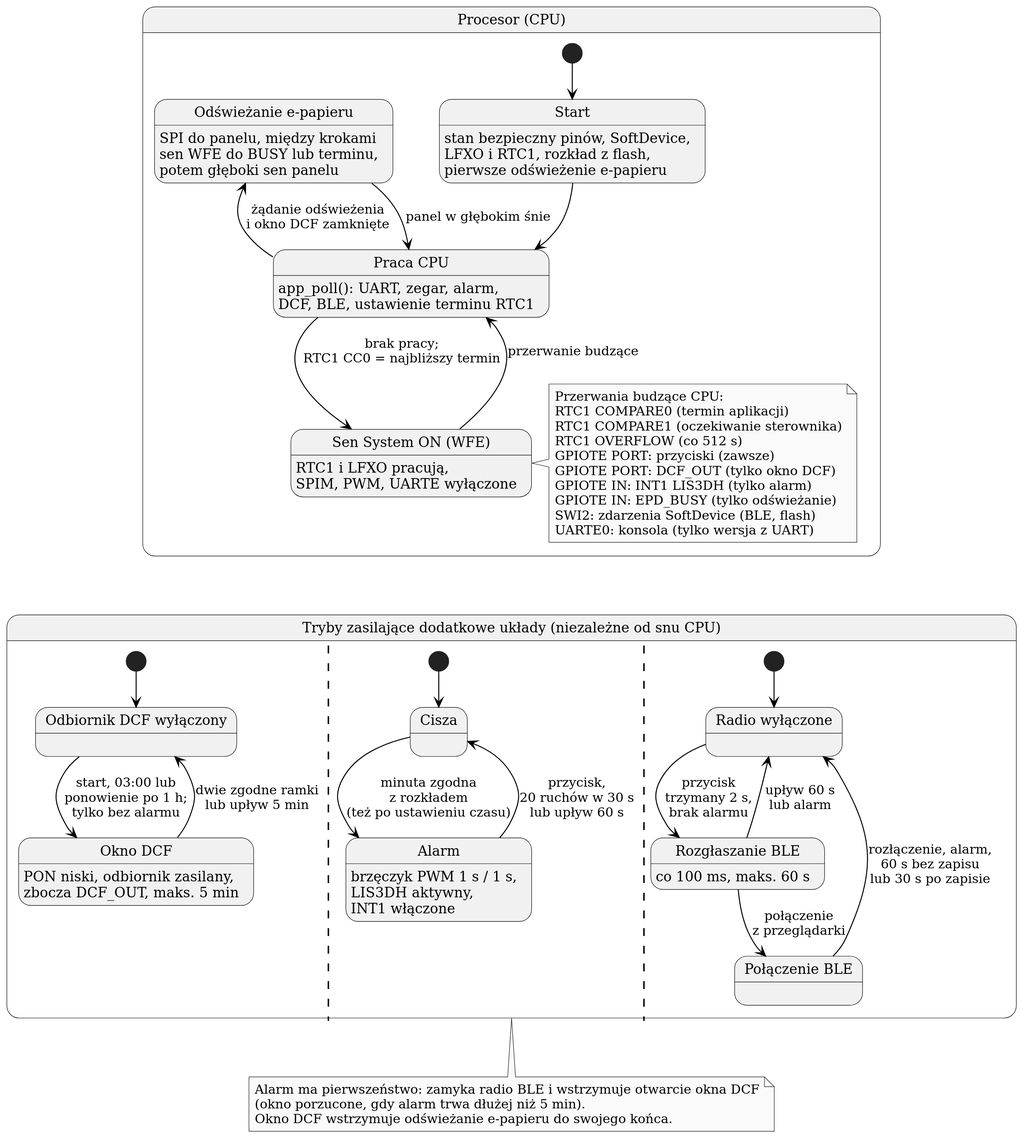
mikolajwojcicki/clock-project keeps this PlantUML diagram as firmware/docs/diagrams/l1-overview.svg. Above is the earlier version.
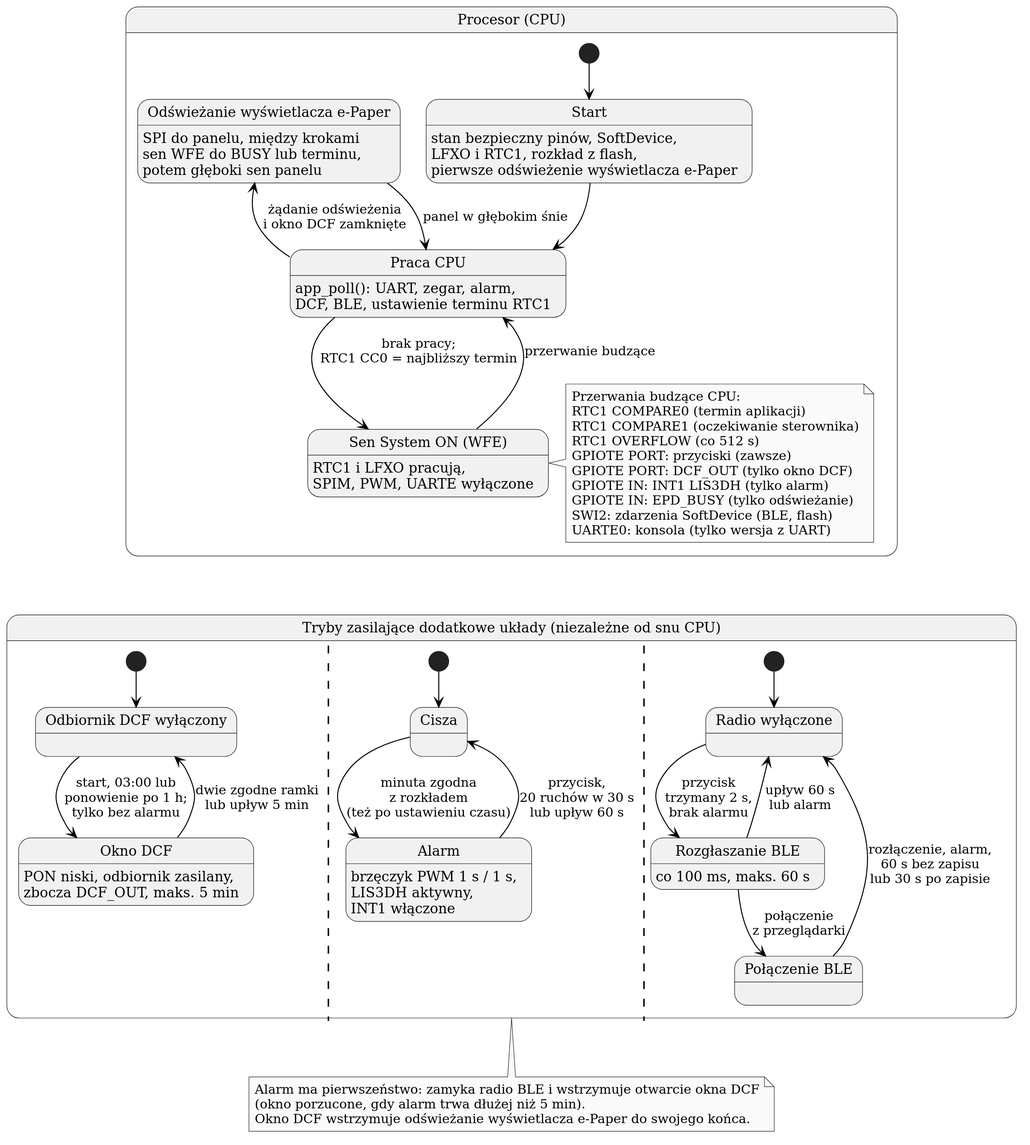
The same diagram one commit later.

The edit, as a diff of the source:
```diff
@@ -9,10 +9,10 @@
 skinparam StateBorderColor black
 
 state "Procesor (CPU)" as Cpu {
-  state "Start" as Boot : stan bezpieczny pinów, SoftDevice,\nLFXO i RTC1, rozkład z flash,\npierwsze odświeżenie e-papieru
+  state "Start" as Boot : stan bezpieczny pinów, SoftDevice,\nLFXO i RTC1, rozkład z flash,\npierwsze odświeżenie wyświetlacza e-Paper
   state "Praca CPU" as Run : app_poll(): UART, zegar, alarm,\nDCF, BLE, ustawienie terminu RTC1
   state "Sen System ON (WFE)" as Sleep : RTC1 i LFXO pracują,\nSPIM, PWM, UARTE wyłączone
-  state "Odświeżanie e-papieru" as Draw : SPI do panelu, między krokami\nsen WFE do BUSY lub terminu,\npotem głęboki sen panelu
+  state "Odświeżanie wyświetlacza e-Paper" as Draw : SPI do panelu, między krokami\nsen WFE do BUSY lub terminu,\npotem głęboki sen panelu
 
   [*] --> Boot
   Boot --> Run
@@ -63,6 +63,6 @@
 note bottom of Modes
   Alarm ma pierwszeństwo: zamyka radio BLE i wstrzymuje otwarcie okna DCF
   (okno porzucone, gdy alarm trwa dłużej niż 5 min).
-  Okno DCF wstrzymuje odświeżanie e-papieru do swojego końca.
+  Okno DCF wstrzymuje odświeżanie wyświetlacza e-Paper do swojego końca.
 end note
 @enduml
```
